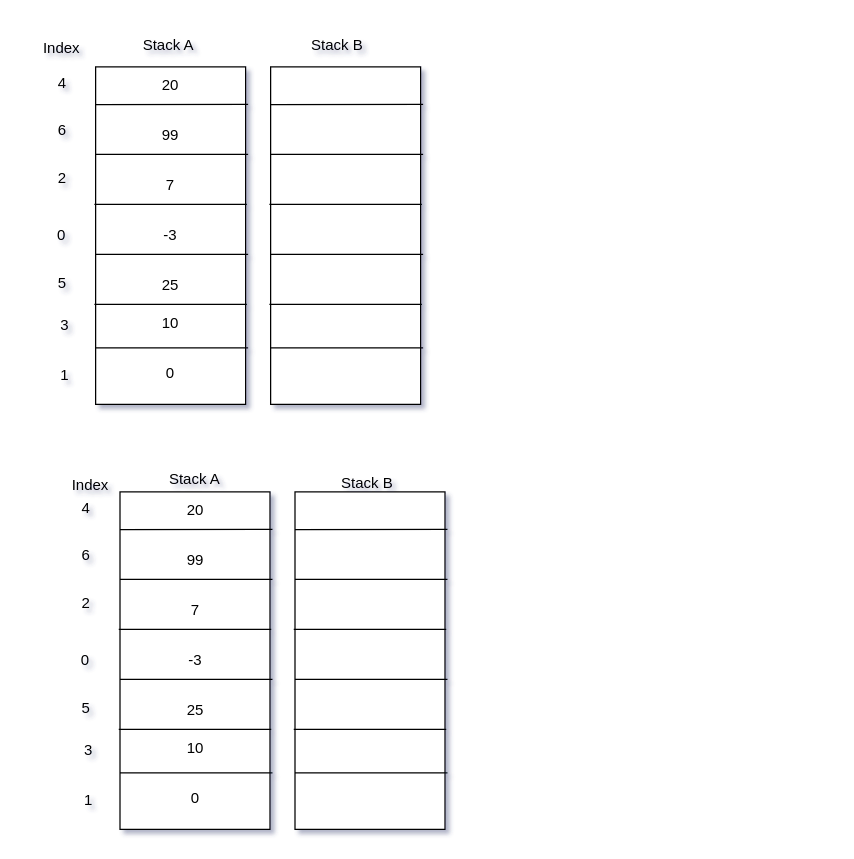
Selboukaoui/draw keeps this draw.io diagram as exol.drawio. Above is the earlier version. Source tidied: cells renumbered, new cells numbered last; positions are measured from the earlier drawing's top-left corner, leaving out a move shared by most shapes. Both pictures are drawn from the tidied source at 125%, with x=0, y=0 at pixel (22, 29).
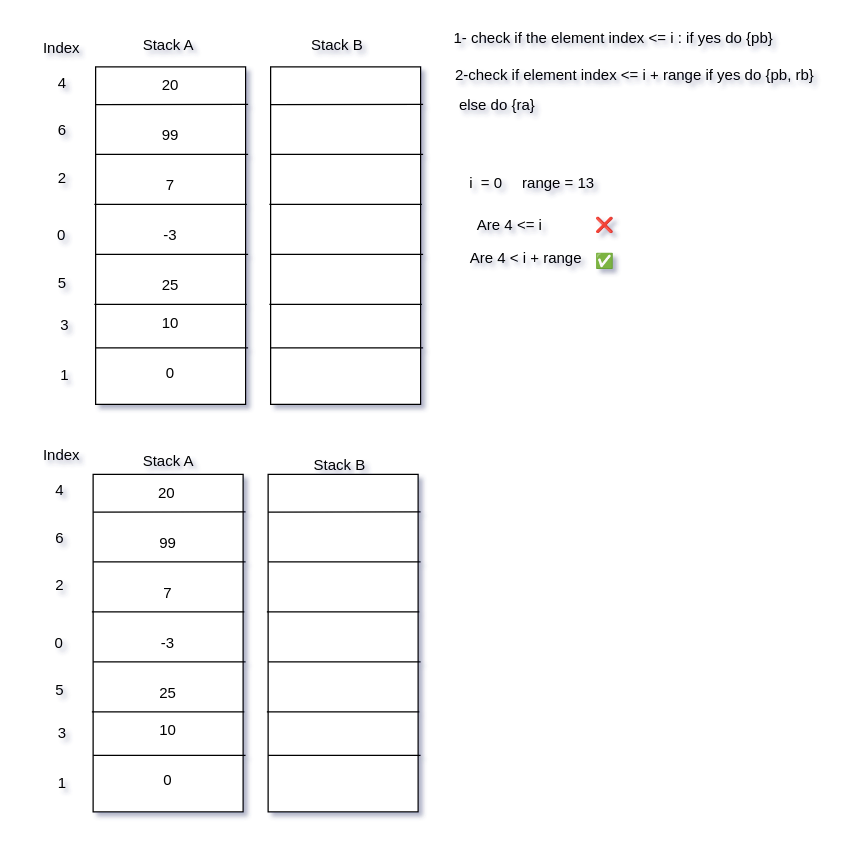
Above is the later version.

What changed in the source:
```diff
@@
     <mxCell id="32" value="-3" style="rounded=0;whiteSpace=wrap;html=1;" parent="1" vertex="1">
-      <mxGeometry x="77.5" y="370" width="120" height="270" as="geometry" />
+      <mxGeometry x="56" y="356" width="120" height="270" as="geometry" />
     </mxCell>
     <mxCell id="33" style="endArrow=none;html=1;rounded=0;exitX=-0.008;exitY=0.178;exitDx=0;exitDy=0;exitPerimeter=0;" parent="1" edge="1">
       <mxGeometry relative="1" as="geometry">
-        <mxPoint x="77.5" y="400.1" as="sourcePoint" />
-        <mxPoint x="199.5" y="400" as="targetPoint" />
+        <mxPoint x="56" y="386.1" as="sourcePoint" />
+        <mxPoint x="178" y="386" as="targetPoint" />
       </mxGeometry>
     </mxCell>
     <mxCell id="34" style="endArrow=none;html=1;rounded=0;exitX=-0.008;exitY=0.178;exitDx=0;exitDy=0;exitPerimeter=0;" parent="1" edge="1">
       <mxGeometry relative="1" as="geometry">
-        <mxPoint x="77.5" y="440" as="sourcePoint" />
-        <mxPoint x="199.5" y="440" as="targetPoint" />
+        <mxPoint x="56" y="426" as="sourcePoint" />
+        <mxPoint x="178" y="426" as="targetPoint" />
       </mxGeometry>
     </mxCell>
     <mxCell id="35" style="endArrow=none;html=1;rounded=0;exitX=-0.008;exitY=0.178;exitDx=0;exitDy=0;exitPerimeter=0;" parent="1" edge="1">
       <mxGeometry relative="1" as="geometry">
-        <mxPoint x="76.5" y="480" as="sourcePoint" />
-        <mxPoint x="198.5" y="480" as="targetPoint" />
+        <mxPoint x="55" y="466" as="sourcePoint" />
+        <mxPoint x="177" y="466" as="targetPoint" />
       </mxGeometry>
     </mxCell>
     <mxCell id="36" style="endArrow=none;html=1;rounded=0;exitX=-0.008;exitY=0.178;exitDx=0;exitDy=0;exitPerimeter=0;" parent="1" edge="1">
       <mxGeometry relative="1" as="geometry">
-        <mxPoint x="77.5" y="520" as="sourcePoint" />
-        <mxPoint x="199.5" y="520" as="targetPoint" />
+        <mxPoint x="56" y="506" as="sourcePoint" />
+        <mxPoint x="178" y="506" as="targetPoint" />
       </mxGeometry>
     </mxCell>
     <mxCell id="37" style="endArrow=none;html=1;rounded=0;exitX=-0.008;exitY=0.178;exitDx=0;exitDy=0;exitPerimeter=0;" parent="1" edge="1">
       <mxGeometry relative="1" as="geometry">
-        <mxPoint x="76.5" y="560" as="sourcePoint" />
-        <mxPoint x="198.5" y="560" as="targetPoint" />
+        <mxPoint x="55" y="546" as="sourcePoint" />
+        <mxPoint x="177" y="546" as="targetPoint" />
       </mxGeometry>
     </mxCell>
     <mxCell id="38" style="endArrow=none;html=1;rounded=0;exitX=-0.008;exitY=0.178;exitDx=0;exitDy=0;exitPerimeter=0;" parent="1" edge="1">
       <mxGeometry relative="1" as="geometry">
-        <mxPoint x="77.5" y="594.7" as="sourcePoint" />
-        <mxPoint x="199.5" y="594.7" as="targetPoint" />
+        <mxPoint x="56" y="580.7" as="sourcePoint" />
+        <mxPoint x="178" y="580.7" as="targetPoint" />
       </mxGeometry>
     </mxCell>
     <mxCell id="39" style="rounded=0;whiteSpace=wrap;html=1;" parent="1" vertex="1">
-      <mxGeometry x="217.5" y="370" width="120" height="270" as="geometry" />
+      <mxGeometry x="196" y="356" width="120" height="270" as="geometry" />
     </mxCell>
     <mxCell id="40" style="endArrow=none;html=1;rounded=0;exitX=-0.008;exitY=0.178;exitDx=0;exitDy=0;exitPerimeter=0;" parent="1" edge="1">
       <mxGeometry relative="1" as="geometry">
-        <mxPoint x="217.5" y="400.1" as="sourcePoint" />
-        <mxPoint x="339.5" y="400" as="targetPoint" />
+        <mxPoint x="196" y="386.1" as="sourcePoint" />
+        <mxPoint x="318" y="386" as="targetPoint" />
       </mxGeometry>
     </mxCell>
     <mxCell id="41" style="endArrow=none;html=1;rounded=0;exitX=-0.008;exitY=0.178;exitDx=0;exitDy=0;exitPerimeter=0;" parent="1" edge="1">
       <mxGeometry relative="1" as="geometry">
-        <mxPoint x="217.5" y="440" as="sourcePoint" />
-        <mxPoint x="339.5" y="440" as="targetPoint" />
+        <mxPoint x="196" y="426" as="sourcePoint" />
+        <mxPoint x="318" y="426" as="targetPoint" />
       </mxGeometry>
     </mxCell>
     <mxCell id="42" style="endArrow=none;html=1;rounded=0;exitX=-0.008;exitY=0.178;exitDx=0;exitDy=0;exitPerimeter=0;" parent="1" edge="1">
       <mxGeometry relative="1" as="geometry">
-        <mxPoint x="216.5" y="480" as="sourcePoint" />
-        <mxPoint x="338.5" y="480" as="targetPoint" />
+        <mxPoint x="195" y="466" as="sourcePoint" />
+        <mxPoint x="317" y="466" as="targetPoint" />
       </mxGeometry>
     </mxCell>
     <mxCell id="43" style="endArrow=none;html=1;rounded=0;exitX=-0.008;exitY=0.178;exitDx=0;exitDy=0;exitPerimeter=0;" parent="1" edge="1">
       <mxGeometry relative="1" as="geometry">
-        <mxPoint x="217.5" y="520" as="sourcePoint" />
-        <mxPoint x="339.5" y="520" as="targetPoint" />
+        <mxPoint x="196" y="506" as="sourcePoint" />
+        <mxPoint x="318" y="506" as="targetPoint" />
       </mxGeometry>
     </mxCell>
     <mxCell id="44" style="endArrow=none;html=1;rounded=0;exitX=-0.008;exitY=0.178;exitDx=0;exitDy=0;exitPerimeter=0;" parent="1" edge="1">
       <mxGeometry relative="1" as="geometry">
-        <mxPoint x="216.5" y="560" as="sourcePoint" />
-        <mxPoint x="338.5" y="560" as="targetPoint" />
+        <mxPoint x="195" y="546" as="sourcePoint" />
+        <mxPoint x="317" y="546" as="targetPoint" />
         <Array as="points">
-          <mxPoint x="240" y="560" />
+          <mxPoint x="218.5" y="546" />
         </Array>
       </mxGeometry>
     </mxCell>
     <mxCell id="45" style="endArrow=none;html=1;rounded=0;exitX=-0.008;exitY=0.178;exitDx=0;exitDy=0;exitPerimeter=0;" parent="1" edge="1">
       <mxGeometry relative="1" as="geometry">
-        <mxPoint x="217.5" y="594.7" as="sourcePoint" />
-        <mxPoint x="339.5" y="594.7" as="targetPoint" />
+        <mxPoint x="196" y="580.7" as="sourcePoint" />
+        <mxPoint x="318" y="580.7" as="targetPoint" />
       </mxGeometry>
     </mxCell>
     <mxCell id="46" value="20" style="text;html=1;align=center;verticalAlign=middle;whiteSpace=wrap;rounded=0;" parent="1" vertex="1">
-      <mxGeometry x="107.5" y="370" width="60" height="30" as="geometry" />
+      <mxGeometry x="86" y="355" width="57.5" height="31" as="geometry" />
     </mxCell>
     <mxCell id="47" value="99" style="text;html=1;align=center;verticalAlign=middle;whiteSpace=wrap;rounded=0;" parent="1" vertex="1">
-      <mxGeometry x="107.5" y="410" width="60" height="30" as="geometry" />
+      <mxGeometry x="86" y="396" width="60" height="30" as="geometry" />
     </mxCell>
     <mxCell id="48" value="25" style="text;html=1;align=center;verticalAlign=middle;whiteSpace=wrap;rounded=0;" parent="1" vertex="1">
-      <mxGeometry x="107.5" y="530" width="60" height="30" as="geometry" />
+      <mxGeometry x="86" y="516" width="60" height="30" as="geometry" />
     </mxCell>
     <mxCell id="49" value="0" style="text;html=1;align=center;verticalAlign=middle;whiteSpace=wrap;rounded=0;" parent="1" vertex="1">
-      <mxGeometry x="107.5" y="600" width="60" height="30" as="geometry" />
+      <mxGeometry x="86" y="586" width="60" height="30" as="geometry" />
     </mxCell>
     <mxCell id="50" value="10" style="text;html=1;align=center;verticalAlign=middle;whiteSpace=wrap;rounded=0;" parent="1" vertex="1">
-      <mxGeometry x="107.5" y="560" width="60" height="30" as="geometry" />
+      <mxGeometry x="86" y="546" width="60" height="30" as="geometry" />
     </mxCell>
     <mxCell id="51" value="7" style="text;html=1;align=center;verticalAlign=middle;whiteSpace=wrap;rounded=0;" parent="1" vertex="1">
-      <mxGeometry x="107.5" y="450" width="60" height="30" as="geometry" />
+      <mxGeometry x="86" y="436" width="60" height="30" as="geometry" />
     </mxCell>
     <mxCell id="52" value="Index" style="text;html=1;align=center;verticalAlign=middle;whiteSpace=wrap;rounded=0;" parent="1" vertex="1">
-      <mxGeometry x="24" y="350" width="60" height="30" as="geometry" />
+      <mxGeometry x="0.5" y="326" width="60" height="30" as="geometry" />
     </mxCell>
     <mxCell id="53" value="0" style="text;html=1;align=center;verticalAlign=middle;whiteSpace=wrap;rounded=0;" parent="1" vertex="1">
-      <mxGeometry x="20" y="490" width="60" height="30" as="geometry" />
+      <mxGeometry x="-1.5" y="476" width="60" height="30" as="geometry" />
     </mxCell>
     <mxCell id="54" value="1" style="text;html=1;align=center;verticalAlign=middle;strokeColor=none;fillColor=none;" parent="1" vertex="1">
-      <mxGeometry x="39.5" y="604" width="25" height="26" as="geometry" />
+      <mxGeometry x="18" y="590" width="25" height="26" as="geometry" />
     </mxCell>
     <mxCell id="55" value="2" style="text;html=1;align=center;verticalAlign=middle;strokeColor=none;fillColor=none;" parent="1" vertex="1">
-      <mxGeometry x="37.5" y="446" width="25" height="26" as="geometry" />
+      <mxGeometry x="16" y="432" width="25" height="26" as="geometry" />
     </mxCell>
     <mxCell id="56" value="3" style="text;html=1;align=center;verticalAlign=middle;strokeColor=none;fillColor=none;" parent="1" vertex="1">
-      <mxGeometry x="39.5" y="564" width="25" height="26" as="geometry" />
+      <mxGeometry x="18" y="550" width="25" height="26" as="geometry" />
     </mxCell>
     <mxCell id="57" value="4" style="text;html=1;align=center;verticalAlign=middle;strokeColor=none;fillColor=none;" parent="1" vertex="1">
-      <mxGeometry x="37.5" y="370" width="25" height="26" as="geometry" />
+      <mxGeometry x="16" y="356" width="25" height="26" as="geometry" />
     </mxCell>
     <mxCell id="58" value="5" style="text;html=1;align=center;verticalAlign=middle;strokeColor=none;fillColor=none;" parent="1" vertex="1">
-      <mxGeometry x="37.5" y="530" width="25" height="26" as="geometry" />
+      <mxGeometry x="16" y="516" width="25" height="26" as="geometry" />
     </mxCell>
     <mxCell id="59" value="6" style="text;html=1;align=center;verticalAlign=middle;strokeColor=none;fillColor=none;" parent="1" vertex="1">
-      <mxGeometry x="37.5" y="408" width="25" height="26" as="geometry" />
+      <mxGeometry x="16" y="394" width="25" height="26" as="geometry" />
     </mxCell>
     <mxCell id="60" value="Stack A" style="text;html=1;align=center;verticalAlign=middle;strokeColor=none;fillColor=none;" parent="1" vertex="1">
-      <mxGeometry x="107.5" y="347" width="59" height="26" as="geometry" />
+      <mxGeometry x="86" y="333" width="59" height="26" as="geometry" />
     </mxCell>
     <mxCell id="61" value="Stack B" style="text;html=1;align=center;verticalAlign=middle;strokeColor=none;fillColor=none;" parent="1" vertex="1">
-      <mxGeometry x="245" y="350" width="59" height="26" as="geometry" />
+      <mxGeometry x="223.5" y="336" width="59" height="26" as="geometry" />
     </mxCell>
+    <mxCell id="62" value="i&amp;nbsp; = 0" style="text;html=1;align=center;verticalAlign=middle;strokeColor=none;fillColor=none;" parent="1" vertex="1">
+      <mxGeometry x="348" y="110" width="44" height="26" as="geometry" />
+    </mxCell>
+    <mxCell id="63" value="❌" style="text;html=1;align=center;verticalAlign=middle;strokeColor=none;fillColor=none;" parent="1" vertex="1">
+      <mxGeometry x="450" y="144" width="30" height="26" as="geometry" />
+    </mxCell>
+    <mxCell id="64" value="Are 4 &amp;lt;= i" style="text;html=1;align=center;verticalAlign=middle;strokeColor=none;fillColor=none;" parent="1" vertex="1">
+      <mxGeometry x="354" y="144" width="70" height="26" as="geometry" />
+    </mxCell>
+    <mxCell id="65" value="1- check if the element index &amp;lt;= i : if yes do {pb}" style="text;html=1;align=center;verticalAlign=middle;strokeColor=none;fillColor=none;" parent="1" vertex="1">
+      <mxGeometry x="335" y="-6" width="273" height="26" as="geometry" />
+    </mxCell>
+    <mxCell id="66" value="2-check if element index &amp;lt;= i + range if yes do {pb, rb}" style="text;html=1;align=center;verticalAlign=middle;strokeColor=none;fillColor=none;" parent="1" vertex="1">
+      <mxGeometry x="336" y="24" width="305" height="26" as="geometry" />
+    </mxCell>
+    <mxCell id="67" value="else do {ra}" style="text;html=1;align=center;verticalAlign=middle;strokeColor=none;fillColor=none;" parent="1" vertex="1">
+      <mxGeometry x="339" y="48" width="79" height="26" as="geometry" />
+    </mxCell>
+    <mxCell id="68" value="range = 13" style="text;html=1;align=center;verticalAlign=middle;strokeColor=none;fillColor=none;" parent="1" vertex="1">
+      <mxGeometry x="390" y="110" width="76" height="26" as="geometry" />
+    </mxCell>
+    <mxCell id="69" value="Are 4 &amp;lt; i + range" style="text;html=1;align=center;verticalAlign=middle;strokeColor=none;fillColor=none;" parent="1" vertex="1">
+      <mxGeometry x="348" y="170" width="107" height="26" as="geometry" />
+    </mxCell>
+    <mxCell id="70" value="✅" style="text;html=1;align=center;verticalAlign=middle;strokeColor=none;fillColor=none;" parent="1" vertex="1">
+      <mxGeometry x="450" y="173" width="30" height="26" as="geometry" />
+    </mxCell>
```
